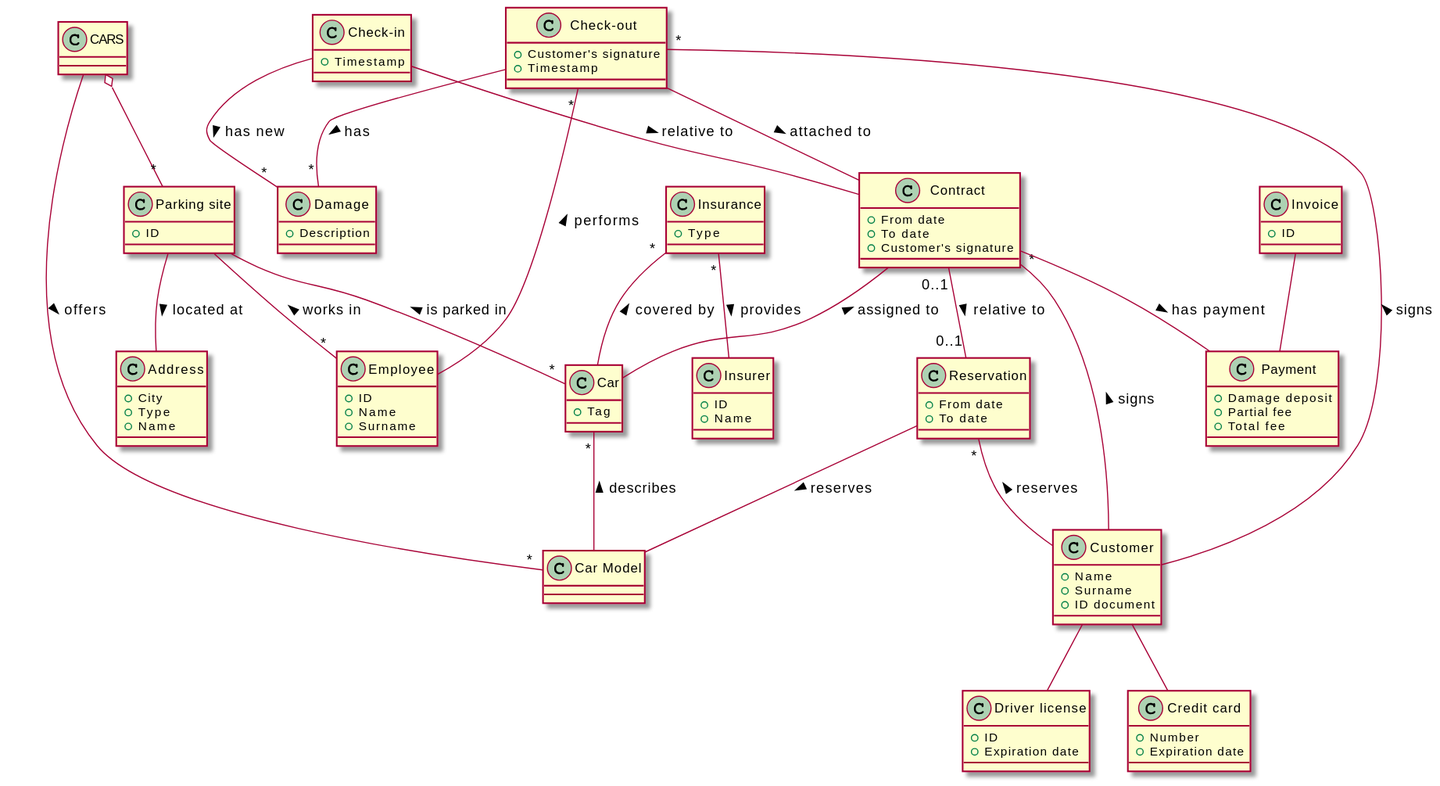
Earlier version of the PlantUML export plantuml/car_rental.svg (franco-ruggeri/polito-information-systems).
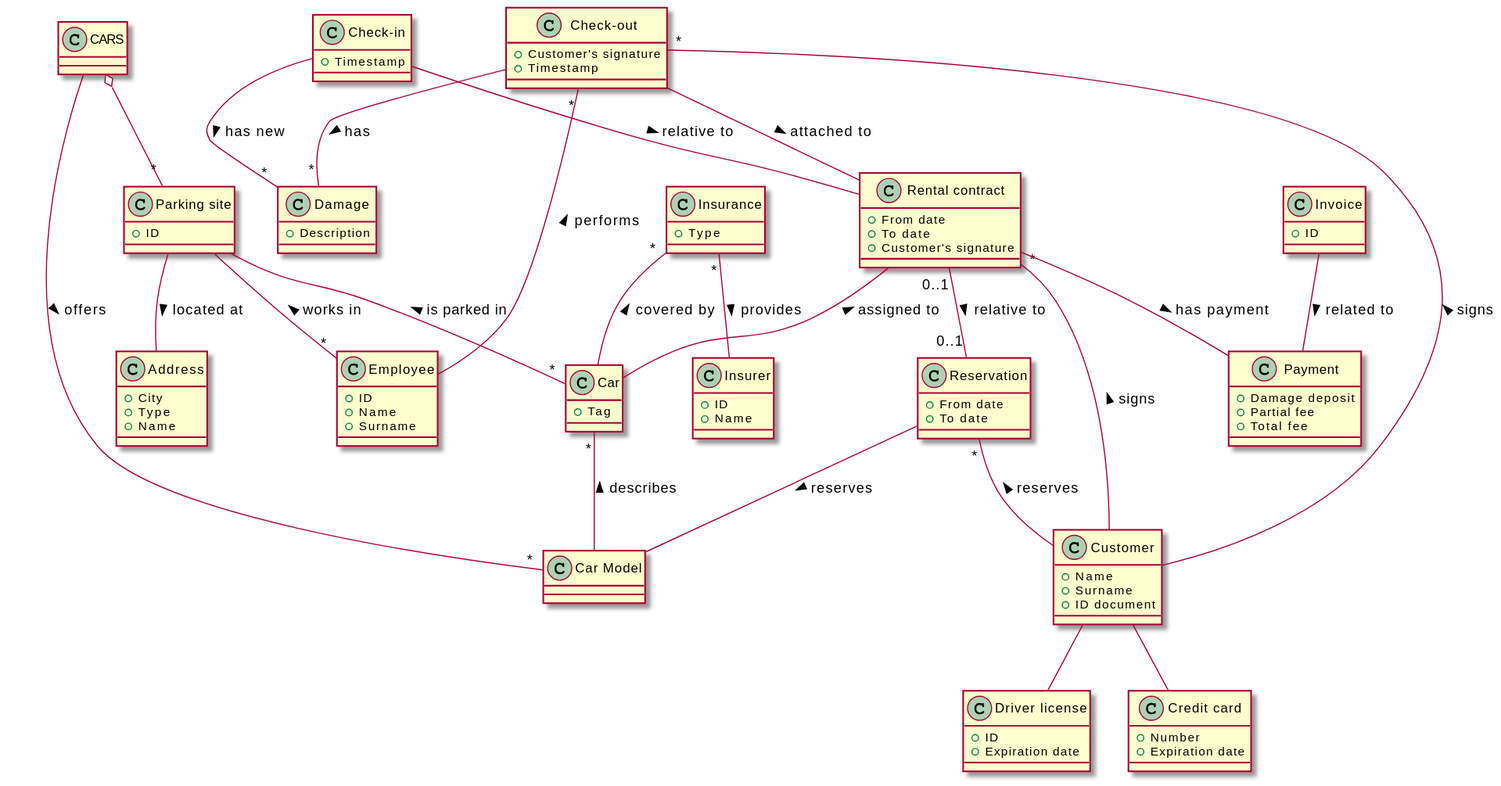
Later version of the same file.

Diff of the diagram source:
```diff
@@ -30,7 +30,9 @@
 
 class Customer
 class "Driver license" as DriverLicense
+class "Credit card" as CreditCard
 Customer -- DriverLicense
+Customer -- CreditCard
 Customer : +Name
 Customer : +Surname
 Customer : +ID document
@@ -43,17 +45,15 @@
 Reservation : +From date
 Reservation : +To date
 
-class Contract
-class "Credit card" as CreditCard
+class "Rental contract" as RentalContract
 class Payment
-Contract "*" -- Customer : signs <
-Contract "0..1" -- "0..1" Reservation : relative to >
-Customer -- CreditCard
-Contract -- Payment : has payment >
-Contract -- Car : assigned to <
-Contract : +From date
-Contract : +To date
-Contract : +Customer's signature
+RentalContract "*" -- Customer : signs <
+RentalContract "0..1" -- "0..1" Reservation : relative to >
+RentalContract -- Payment : has payment >
+RentalContract -- Car : assigned to <
+RentalContract : +From date
+RentalContract : +To date
+RentalContract : +Customer's signature
 CreditCard : +Number
 CreditCard : +Expiration date
 Payment : +Damage deposit
@@ -62,7 +62,7 @@
 
 class "Check-out" as Checkout
 class Damage
-Checkout -- Contract : attached to >
+Checkout -- RentalContract : attached to >
 Checkout -- "*" Damage : has >
 Checkout "*" -- Customer : signs <
 Checkout "*" -- Employee : performs <
@@ -71,11 +71,11 @@
 Damage : +Description
 
 class "Check-in" as Checkin
-Checkin -- Contract : relative to >
+Checkin -- RentalContract : relative to >
 Checkin -- "*" Damage : has new >
 Checkin : +Timestamp
 
 class Invoice
-Invoice -- Payment
+Invoice -- Payment : related to >
 Invoice : +ID
 @enduml
```
